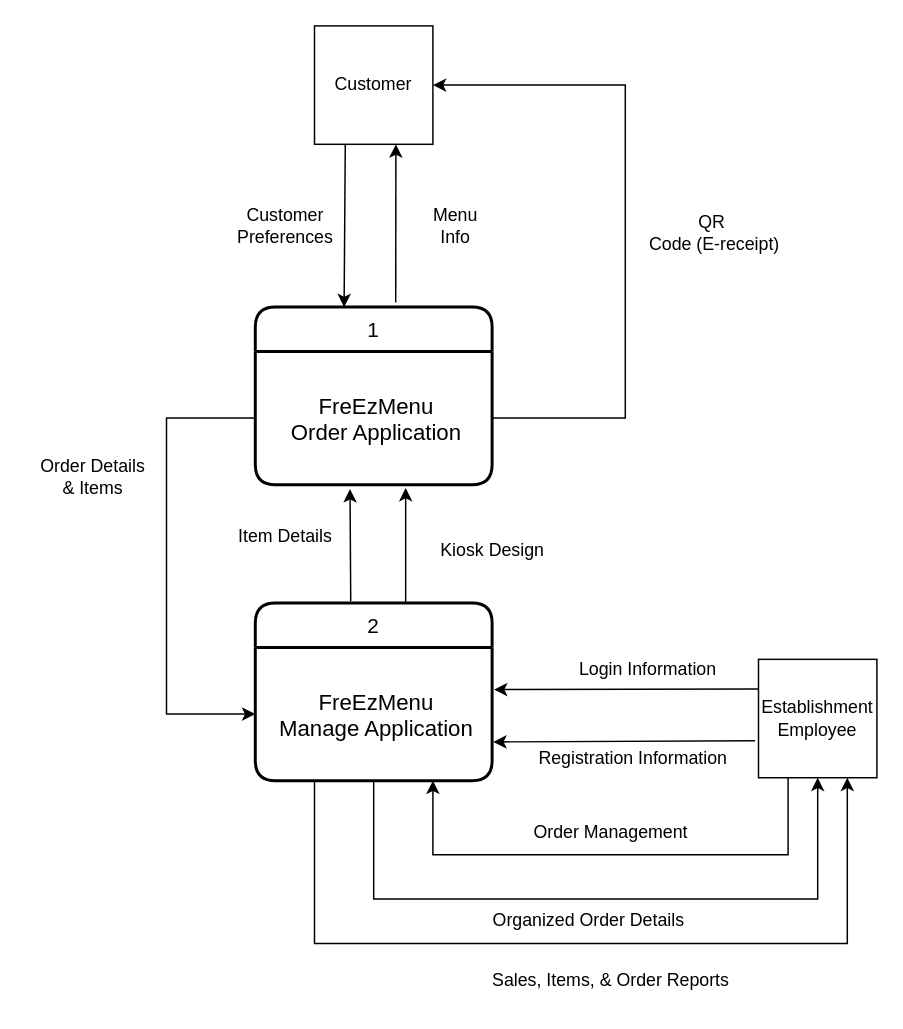
Above: DOCS/Diagrams/drawio/DFD Diagram 0.drawio in alexxGmZ/MenuMaApp (draw.io), before the change. Source tidied: cells renumbered, new cells numbered last; positions are measured from the earlier drawing's top-left corner, leaving out a move shared by most shapes. Both pictures are drawn from the tidied source at 148%, with x=0, y=0 at pixel (25, 25).
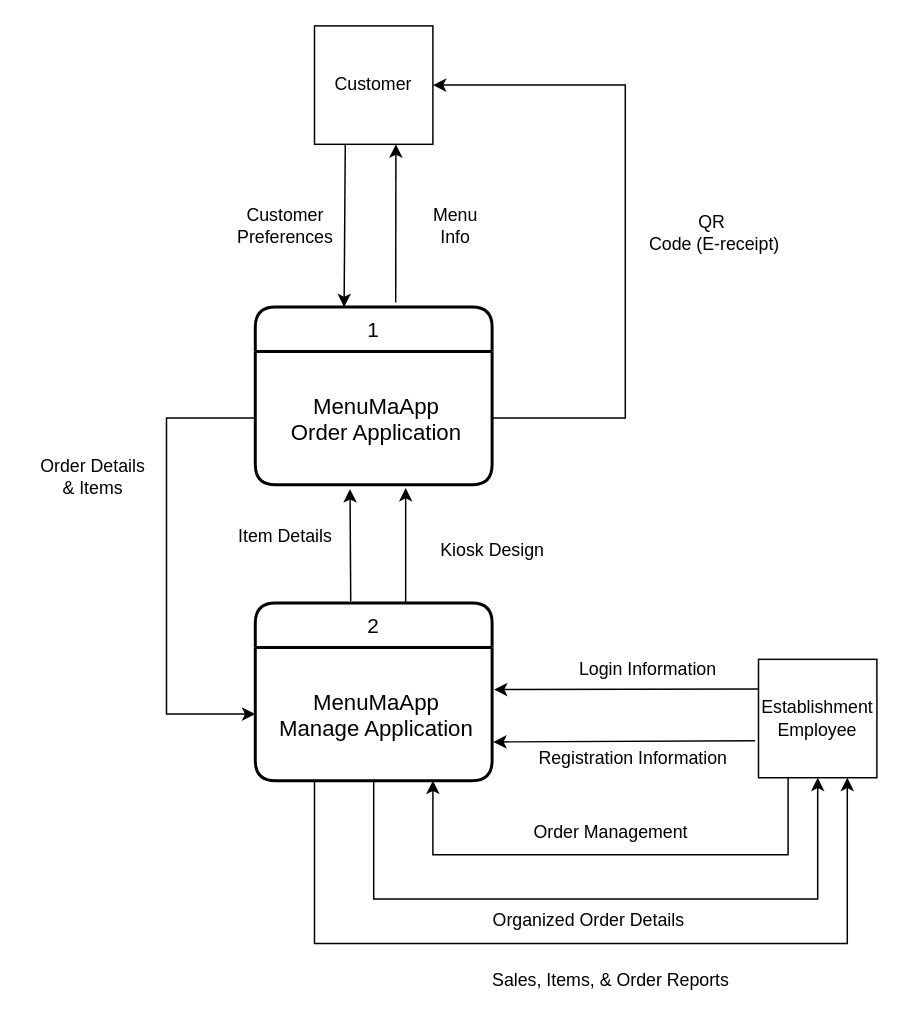
The same page after the edit.

Commit message (it also covers changes not shown here):
rename FreEzMenu into MenuMaApp names

The change refers to these unchanged cells:
```xml
<mxCell id="5" value="1" style="swimlane;horizontal=1;startSize=30;rounded=1;fontSize=14;fontStyle=0;strokeWidth=2;shadow=0;dashed=0;align=center;" parent="1" vertex="1">
  <mxGeometry x="155" y="190" width="160" height="120" as="geometry" />
</mxCell>
<mxCell id="7" value="2" style="swimlane;horizontal=1;startSize=30;rounded=1;fontSize=14;fontStyle=0;strokeWidth=2;shadow=0;dashed=0;align=center;" parent="1" vertex="1">
  <mxGeometry x="155" y="390" width="160" height="120" as="geometry" />
</mxCell>
```

The edit, as a diff of the source:
```diff
@@
-    <mxCell id="6" value="FreEzMenu&#10;Order Application" style="align=center;strokeColor=none;fillColor=none;spacingLeft=4;fontSize=15;verticalAlign=middle;" parent="5" vertex="1">
+    <mxCell id="6" value="MenuMaApp&#10;Order Application" style="align=center;strokeColor=none;fillColor=none;spacingLeft=4;fontSize=15;verticalAlign=middle;" parent="5" vertex="1">
       <mxGeometry y="30" width="160" height="90" as="geometry" />
     </mxCell>
@@
-    <mxCell id="8" value="FreEzMenu&#10;Manage Application" style="align=center;strokeColor=none;fillColor=none;spacingLeft=4;fontSize=15;verticalAlign=middle;" parent="7" vertex="1">
+    <mxCell id="8" value="MenuMaApp&#10;Manage Application" style="align=center;strokeColor=none;fillColor=none;spacingLeft=4;fontSize=15;verticalAlign=middle;" parent="7" vertex="1">
       <mxGeometry y="30" width="160" height="90" as="geometry" />
     </mxCell>
```
